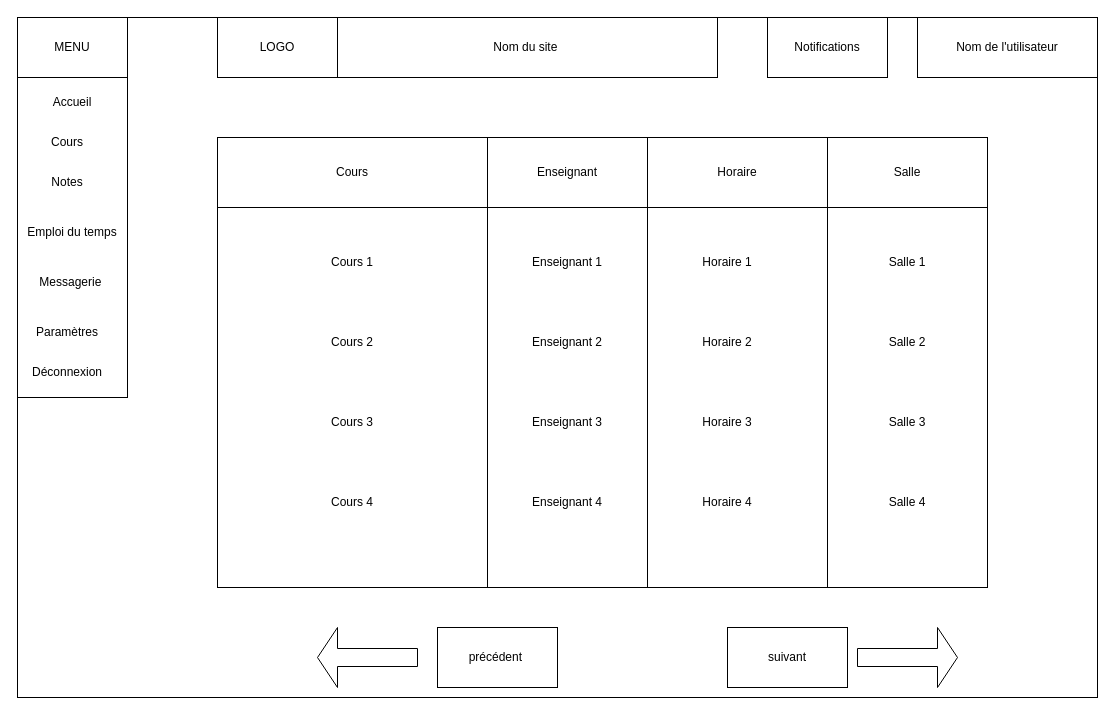
Earlier version of the draw.io diagram docs/Wireframes/emploi du temps.drawio (TanguyC92/SmartCampus_Ing2_Gr9_Equipe11). Source tidied: cells renumbered, new cells numbered last; positions are measured from the earlier drawing's top-left corner, leaving out a move shared by most shapes. Both pictures are drawn from the tidied source at 100%, with x=0, y=0 at pixel (17, 17).
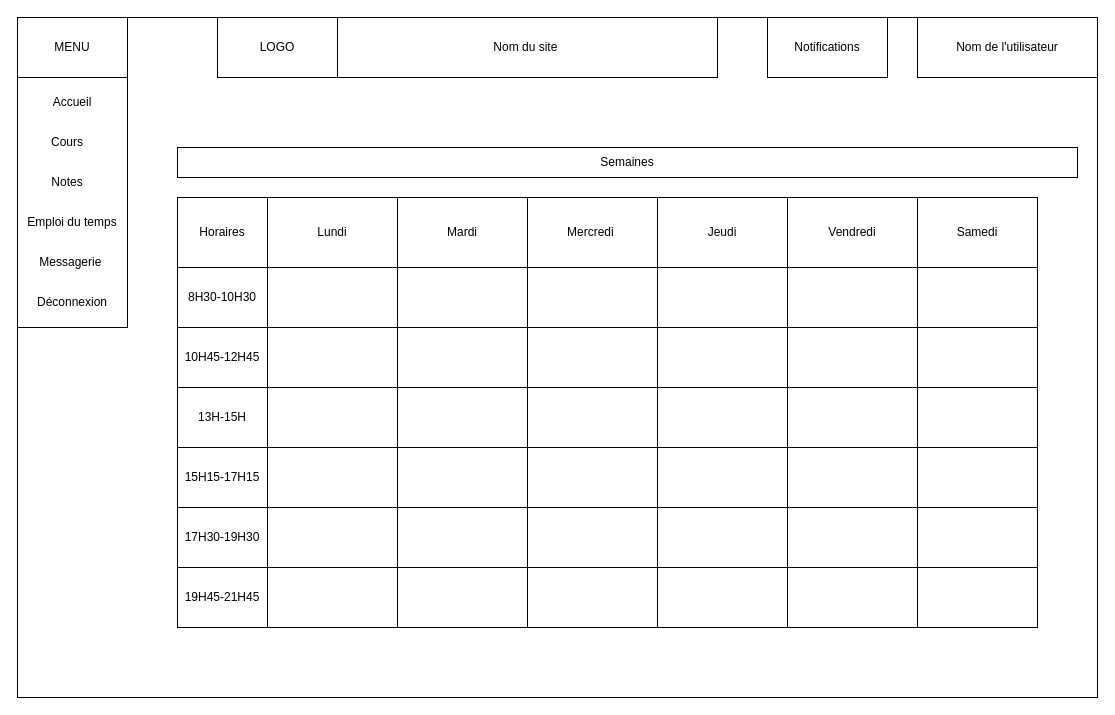
The same diagram, later.

Change to the diagram source:
```diff
@@
     <mxCell id="3" style="rounded=0;whiteSpace=wrap;html=1;" parent="1" vertex="1">
-      <mxGeometry width="110" height="380" as="geometry" />
+      <mxGeometry width="110" height="310" as="geometry" />
     </mxCell>
     <mxCell id="4" value="Messagerie&amp;nbsp;" style="text;html=1;whiteSpace=wrap;strokeColor=none;fillColor=none;align=center;verticalAlign=middle;rounded=0;" parent="1" vertex="1">
-      <mxGeometry x="25" y="250" width="60" height="30" as="geometry" />
+      <mxGeometry x="25" y="230" width="60" height="30" as="geometry" />
     </mxCell>
@@
     <mxCell id="9" value="Emploi du temps" style="text;html=1;whiteSpace=wrap;strokeColor=none;fillColor=none;align=center;verticalAlign=middle;rounded=0;" parent="1" vertex="1">
-      <mxGeometry x="5" y="200" width="100" height="30" as="geometry" />
+      <mxGeometry x="5" y="190" width="100" height="30" as="geometry" />
     </mxCell>
-    <mxCell id="10" value="Paramètres" style="text;html=1;whiteSpace=wrap;strokeColor=none;fillColor=none;align=center;verticalAlign=middle;rounded=0;" parent="1" vertex="1">
-      <mxGeometry x="20" y="300" width="60" height="30" as="geometry" />
-    </mxCell>
     <mxCell id="11" value="Déconnexion" style="text;html=1;whiteSpace=wrap;strokeColor=none;fillColor=none;align=center;verticalAlign=middle;rounded=0;" parent="1" vertex="1">
-      <mxGeometry x="20" y="340" width="60" height="30" as="geometry" />
+      <mxGeometry x="25" y="270" width="60" height="30" as="geometry" />
     </mxCell>
@@
-    <mxCell id="16" style="rounded=0;whiteSpace=wrap;html=1;" parent="1" vertex="1">
-      <mxGeometry x="200" y="120" width="270" height="450" as="geometry" />
-    </mxCell>
-    <mxCell id="17" style="rounded=0;whiteSpace=wrap;html=1;" parent="1" vertex="1">
-      <mxGeometry x="470" y="120" width="160" height="450" as="geometry" />
-    </mxCell>
-    <mxCell id="18" style="rounded=0;whiteSpace=wrap;html=1;" parent="1" vertex="1">
-      <mxGeometry x="630" y="120" width="180" height="450" as="geometry" />
-    </mxCell>
-    <mxCell id="19" style="rounded=0;whiteSpace=wrap;html=1;" parent="1" vertex="1">
-      <mxGeometry x="810" y="120" width="160" height="450" as="geometry" />
-    </mxCell>
-    <mxCell id="20" value="Cours" style="rounded=0;whiteSpace=wrap;html=1;" parent="1" vertex="1">
-      <mxGeometry x="200" y="120" width="270" height="70" as="geometry" />
+    <mxCell id="20" value="Mardi" style="rounded=0;whiteSpace=wrap;html=1;" parent="1" vertex="1">
+      <mxGeometry x="380" y="180" width="130" height="70" as="geometry" />
     </mxCell>
-    <mxCell id="21" value="Cours 1" style="text;html=1;whiteSpace=wrap;strokeColor=none;fillColor=none;align=center;verticalAlign=middle;rounded=0;" parent="1" vertex="1">
-      <mxGeometry x="305" y="230" width="60" height="30" as="geometry" />
-    </mxCell>
-    <mxCell id="22" value="Cours 2" style="text;html=1;whiteSpace=wrap;strokeColor=none;fillColor=none;align=center;verticalAlign=middle;rounded=0;" parent="1" vertex="1">
-      <mxGeometry x="305" y="310" width="60" height="30" as="geometry" />
-    </mxCell>
-    <mxCell id="23" value="Cours 3" style="text;html=1;whiteSpace=wrap;strokeColor=none;fillColor=none;align=center;verticalAlign=middle;rounded=0;" parent="1" vertex="1">
-      <mxGeometry x="305" y="390" width="60" height="30" as="geometry" />
-    </mxCell>
-    <mxCell id="24" value="Cours 4" style="text;html=1;whiteSpace=wrap;strokeColor=none;fillColor=none;align=center;verticalAlign=middle;rounded=0;" parent="1" vertex="1">
-      <mxGeometry x="305" y="470" width="60" height="30" as="geometry" />
-    </mxCell>
-    <mxCell id="25" value="Enseignant" style="rounded=0;whiteSpace=wrap;html=1;" parent="1" vertex="1">
-      <mxGeometry x="470" y="120" width="160" height="70" as="geometry" />
+    <mxCell id="25" value="Mercredi&amp;nbsp;" style="rounded=0;whiteSpace=wrap;html=1;" parent="1" vertex="1">
+      <mxGeometry x="510" y="180" width="130" height="70" as="geometry" />
     </mxCell>
-    <mxCell id="26" value="Horaire" style="rounded=0;whiteSpace=wrap;html=1;" parent="1" vertex="1">
-      <mxGeometry x="630" y="120" width="180" height="70" as="geometry" />
+    <mxCell id="26" value="Jeudi" style="rounded=0;whiteSpace=wrap;html=1;" parent="1" vertex="1">
+      <mxGeometry x="640" y="180" width="130" height="70" as="geometry" />
     </mxCell>
-    <mxCell id="27" value="Salle" style="rounded=0;whiteSpace=wrap;html=1;" parent="1" vertex="1">
-      <mxGeometry x="810" y="120" width="160" height="70" as="geometry" />
+    <mxCell id="27" value="Vendredi" style="rounded=0;whiteSpace=wrap;html=1;" parent="1" vertex="1">
+      <mxGeometry x="770" y="180" width="130" height="70" as="geometry" />
     </mxCell>
-    <mxCell id="28" value="Enseignant 1" style="text;html=1;whiteSpace=wrap;strokeColor=none;fillColor=none;align=center;verticalAlign=middle;rounded=0;" parent="1" vertex="1">
-      <mxGeometry x="510" y="230" width="80" height="30" as="geometry" />
-    </mxCell>
-    <mxCell id="29" value="Enseignant 2" style="text;html=1;whiteSpace=wrap;strokeColor=none;fillColor=none;align=center;verticalAlign=middle;rounded=0;" parent="1" vertex="1">
-      <mxGeometry x="510" y="310" width="80" height="30" as="geometry" />
-    </mxCell>
-    <mxCell id="30" value="Enseignant 3" style="text;html=1;whiteSpace=wrap;strokeColor=none;fillColor=none;align=center;verticalAlign=middle;rounded=0;" parent="1" vertex="1">
-      <mxGeometry x="510" y="390" width="80" height="30" as="geometry" />
-    </mxCell>
-    <mxCell id="31" value="Enseignant 4" style="text;html=1;whiteSpace=wrap;strokeColor=none;fillColor=none;align=center;verticalAlign=middle;rounded=0;" parent="1" vertex="1">
-      <mxGeometry x="510" y="470" width="80" height="30" as="geometry" />
-    </mxCell>
-    <mxCell id="32" value="Horaire 1" style="text;html=1;whiteSpace=wrap;strokeColor=none;fillColor=none;align=center;verticalAlign=middle;rounded=0;" parent="1" vertex="1">
-      <mxGeometry x="680" y="230" width="60" height="30" as="geometry" />
-    </mxCell>
-    <mxCell id="33" value="Horaire 2" style="text;html=1;whiteSpace=wrap;strokeColor=none;fillColor=none;align=center;verticalAlign=middle;rounded=0;" parent="1" vertex="1">
-      <mxGeometry x="680" y="310" width="60" height="30" as="geometry" />
-    </mxCell>
-    <mxCell id="34" value="Horaire 3" style="text;html=1;whiteSpace=wrap;strokeColor=none;fillColor=none;align=center;verticalAlign=middle;rounded=0;" parent="1" vertex="1">
-      <mxGeometry x="680" y="390" width="60" height="30" as="geometry" />
-    </mxCell>
-    <mxCell id="35" value="Horaire 4" style="text;html=1;whiteSpace=wrap;strokeColor=none;fillColor=none;align=center;verticalAlign=middle;rounded=0;" parent="1" vertex="1">
-      <mxGeometry x="680" y="470" width="60" height="30" as="geometry" />
-    </mxCell>
-    <mxCell id="36" value="Salle 1" style="text;html=1;whiteSpace=wrap;strokeColor=none;fillColor=none;align=center;verticalAlign=middle;rounded=0;" parent="1" vertex="1">
-      <mxGeometry x="860" y="230" width="60" height="30" as="geometry" />
-    </mxCell>
-    <mxCell id="37" value="Salle 2" style="text;html=1;whiteSpace=wrap;strokeColor=none;fillColor=none;align=center;verticalAlign=middle;rounded=0;" parent="1" vertex="1">
-      <mxGeometry x="860" y="310" width="60" height="30" as="geometry" />
-    </mxCell>
-    <mxCell id="38" value="Salle 3" style="text;html=1;whiteSpace=wrap;strokeColor=none;fillColor=none;align=center;verticalAlign=middle;rounded=0;" parent="1" vertex="1">
-      <mxGeometry x="860" y="390" width="60" height="30" as="geometry" />
-    </mxCell>
-    <mxCell id="39" value="Salle 4" style="text;html=1;whiteSpace=wrap;strokeColor=none;fillColor=none;align=center;verticalAlign=middle;rounded=0;" parent="1" vertex="1">
-      <mxGeometry x="860" y="470" width="60" height="30" as="geometry" />
-    </mxCell>
-    <mxCell id="40" style="shape=singleArrow;whiteSpace=wrap;html=1;" parent="1" vertex="1">
-      <mxGeometry x="840" y="610" width="100" height="60" as="geometry" />
-    </mxCell>
-    <mxCell id="41" style="shape=singleArrow;direction=west;whiteSpace=wrap;html=1;" parent="1" vertex="1">
-      <mxGeometry x="300" y="610" width="100" height="60" as="geometry" />
-    </mxCell>
-    <mxCell id="42" value="suivant" style="rounded=0;whiteSpace=wrap;html=1;" parent="1" vertex="1">
-      <mxGeometry x="710" y="610" width="120" height="60" as="geometry" />
-    </mxCell>
-    <mxCell id="43" value="précédent&amp;nbsp;" style="rounded=0;whiteSpace=wrap;html=1;" parent="1" vertex="1">
-      <mxGeometry x="420" y="610" width="120" height="60" as="geometry" />
-    </mxCell>
+    <mxCell id="44" style="rounded=0;whiteSpace=wrap;html=1;" parent="1" vertex="1">
+      <mxGeometry x="250" y="180" width="130" height="430" as="geometry" />
+    </mxCell>
+    <mxCell id="45" value="Lundi" style="rounded=0;whiteSpace=wrap;html=1;" parent="1" vertex="1">
+      <mxGeometry x="250" y="180" width="130" height="70" as="geometry" />
+    </mxCell>
+    <mxCell id="46" value="Samedi" style="rounded=0;whiteSpace=wrap;html=1;" parent="1" vertex="1">
+      <mxGeometry x="900" y="180" width="120" height="70" as="geometry" />
+    </mxCell>
+    <mxCell id="47" value="Semaines" style="rounded=0;whiteSpace=wrap;html=1;" parent="1" vertex="1">
+      <mxGeometry x="160" y="130" width="900" height="30" as="geometry" />
+    </mxCell>
+    <mxCell id="48" value="Horaires" style="rounded=0;whiteSpace=wrap;html=1;" parent="1" vertex="1">
+      <mxGeometry x="160" y="180" width="90" height="70" as="geometry" />
+    </mxCell>
+    <mxCell id="49" style="rounded=0;whiteSpace=wrap;html=1;" parent="1" vertex="1">
+      <mxGeometry x="380" y="250" width="130" height="360" as="geometry" />
+    </mxCell>
+    <mxCell id="50" style="rounded=0;whiteSpace=wrap;html=1;" parent="1" vertex="1">
+      <mxGeometry x="510" y="250" width="130" height="360" as="geometry" />
+    </mxCell>
+    <mxCell id="51" style="rounded=0;whiteSpace=wrap;html=1;" parent="1" vertex="1">
+      <mxGeometry x="640" y="250" width="130" height="360" as="geometry" />
+    </mxCell>
+    <mxCell id="52" style="rounded=0;whiteSpace=wrap;html=1;" parent="1" vertex="1">
+      <mxGeometry x="770" y="250" width="130" height="360" as="geometry" />
+    </mxCell>
+    <mxCell id="53" style="rounded=0;whiteSpace=wrap;html=1;" parent="1" vertex="1">
+      <mxGeometry x="900" y="250" width="120" height="360" as="geometry" />
+    </mxCell>
+    <mxCell id="54" value="8H30-10H30" style="rounded=0;whiteSpace=wrap;html=1;" parent="1" vertex="1">
+      <mxGeometry x="160" y="250" width="90" height="60" as="geometry" />
+    </mxCell>
+    <mxCell id="55" value="10H45-12H45" style="rounded=0;whiteSpace=wrap;html=1;" parent="1" vertex="1">
+      <mxGeometry x="160" y="310" width="90" height="60" as="geometry" />
+    </mxCell>
+    <mxCell id="56" value="13H-15H" style="rounded=0;whiteSpace=wrap;html=1;" parent="1" vertex="1">
+      <mxGeometry x="160" y="370" width="90" height="60" as="geometry" />
+    </mxCell>
+    <mxCell id="57" value="15H15-17H15" style="rounded=0;whiteSpace=wrap;html=1;" parent="1" vertex="1">
+      <mxGeometry x="160" y="430" width="90" height="60" as="geometry" />
+    </mxCell>
+    <mxCell id="58" value="17H30-19H30" style="rounded=0;whiteSpace=wrap;html=1;" parent="1" vertex="1">
+      <mxGeometry x="160" y="490" width="90" height="60" as="geometry" />
+    </mxCell>
+    <mxCell id="59" value="19H45-21H45" style="rounded=0;whiteSpace=wrap;html=1;" parent="1" vertex="1">
+      <mxGeometry x="160" y="550" width="90" height="60" as="geometry" />
+    </mxCell>
+    <mxCell id="60" style="rounded=0;whiteSpace=wrap;html=1;" parent="1" vertex="1">
+      <mxGeometry x="250" y="250" width="130" height="60" as="geometry" />
+    </mxCell>
+    <mxCell id="61" style="rounded=0;whiteSpace=wrap;html=1;" parent="1" vertex="1">
+      <mxGeometry x="380" y="250" width="130" height="60" as="geometry" />
+    </mxCell>
+    <mxCell id="62" style="rounded=0;whiteSpace=wrap;html=1;" parent="1" vertex="1">
+      <mxGeometry x="510" y="250" width="130" height="60" as="geometry" />
+    </mxCell>
+    <mxCell id="63" style="rounded=0;whiteSpace=wrap;html=1;" parent="1" vertex="1">
+      <mxGeometry x="250" y="310" width="130" height="60" as="geometry" />
+    </mxCell>
+    <mxCell id="64" style="rounded=0;whiteSpace=wrap;html=1;" parent="1" vertex="1">
+      <mxGeometry x="250" y="370" width="130" height="60" as="geometry" />
+    </mxCell>
+    <mxCell id="65" style="rounded=0;whiteSpace=wrap;html=1;" parent="1" vertex="1">
+      <mxGeometry x="250" y="430" width="130" height="60" as="geometry" />
+    </mxCell>
+    <mxCell id="66" style="rounded=0;whiteSpace=wrap;html=1;" parent="1" vertex="1">
+      <mxGeometry x="250" y="490" width="130" height="60" as="geometry" />
+    </mxCell>
+    <mxCell id="67" style="rounded=0;whiteSpace=wrap;html=1;" parent="1" vertex="1">
+      <mxGeometry x="380" y="490" width="130" height="60" as="geometry" />
+    </mxCell>
+    <mxCell id="68" style="rounded=0;whiteSpace=wrap;html=1;" parent="1" vertex="1">
+      <mxGeometry x="250" y="550" width="130" height="60" as="geometry" />
+    </mxCell>
+    <mxCell id="69" style="rounded=0;whiteSpace=wrap;html=1;" parent="1" vertex="1">
+      <mxGeometry x="380" y="550" width="130" height="60" as="geometry" />
+    </mxCell>
+    <mxCell id="70" style="rounded=0;whiteSpace=wrap;html=1;" parent="1" vertex="1">
+      <mxGeometry x="380" y="430" width="130" height="60" as="geometry" />
+    </mxCell>
+    <mxCell id="71" style="rounded=0;whiteSpace=wrap;html=1;" parent="1" vertex="1">
+      <mxGeometry x="380" y="370" width="130" height="60" as="geometry" />
+    </mxCell>
+    <mxCell id="72" style="rounded=0;whiteSpace=wrap;html=1;" parent="1" vertex="1">
+      <mxGeometry x="380" y="310" width="130" height="60" as="geometry" />
+    </mxCell>
+    <mxCell id="73" style="rounded=0;whiteSpace=wrap;html=1;" parent="1" vertex="1">
+      <mxGeometry x="510" y="310" width="130" height="60" as="geometry" />
+    </mxCell>
+    <mxCell id="74" style="rounded=0;whiteSpace=wrap;html=1;" parent="1" vertex="1">
+      <mxGeometry x="510" y="370" width="130" height="60" as="geometry" />
+    </mxCell>
+    <mxCell id="75" style="rounded=0;whiteSpace=wrap;html=1;" parent="1" vertex="1">
+      <mxGeometry x="510" y="430" width="130" height="60" as="geometry" />
+    </mxCell>
+    <mxCell id="76" style="rounded=0;whiteSpace=wrap;html=1;" parent="1" vertex="1">
+      <mxGeometry x="510" y="490" width="130" height="60" as="geometry" />
+    </mxCell>
+    <mxCell id="77" style="rounded=0;whiteSpace=wrap;html=1;" parent="1" vertex="1">
+      <mxGeometry x="510" y="550" width="130" height="60" as="geometry" />
+    </mxCell>
+    <mxCell id="78" style="rounded=0;whiteSpace=wrap;html=1;" parent="1" vertex="1">
+      <mxGeometry x="640" y="250" width="130" height="60" as="geometry" />
+    </mxCell>
+    <mxCell id="79" style="rounded=0;whiteSpace=wrap;html=1;" parent="1" vertex="1">
+      <mxGeometry x="640" y="310" width="130" height="60" as="geometry" />
+    </mxCell>
+    <mxCell id="80" style="rounded=0;whiteSpace=wrap;html=1;" parent="1" vertex="1">
+      <mxGeometry x="640" y="370" width="130" height="60" as="geometry" />
+    </mxCell>
+    <mxCell id="81" style="rounded=0;whiteSpace=wrap;html=1;" parent="1" vertex="1">
+      <mxGeometry x="640" y="430" width="130" height="60" as="geometry" />
+    </mxCell>
+    <mxCell id="82" style="rounded=0;whiteSpace=wrap;html=1;" parent="1" vertex="1">
+      <mxGeometry x="640" y="490" width="130" height="60" as="geometry" />
+    </mxCell>
+    <mxCell id="83" style="rounded=0;whiteSpace=wrap;html=1;" parent="1" vertex="1">
+      <mxGeometry x="640" y="550" width="130" height="60" as="geometry" />
+    </mxCell>
+    <mxCell id="84" style="rounded=0;whiteSpace=wrap;html=1;" parent="1" vertex="1">
+      <mxGeometry x="770" y="250" width="130" height="60" as="geometry" />
+    </mxCell>
+    <mxCell id="85" style="rounded=0;whiteSpace=wrap;html=1;" parent="1" vertex="1">
+      <mxGeometry x="770" y="310" width="130" height="60" as="geometry" />
+    </mxCell>
+    <mxCell id="86" style="rounded=0;whiteSpace=wrap;html=1;" parent="1" vertex="1">
+      <mxGeometry x="770" y="370" width="130" height="60" as="geometry" />
+    </mxCell>
+    <mxCell id="87" style="rounded=0;whiteSpace=wrap;html=1;" parent="1" vertex="1">
+      <mxGeometry x="770" y="430" width="130" height="60" as="geometry" />
+    </mxCell>
+    <mxCell id="88" style="rounded=0;whiteSpace=wrap;html=1;" parent="1" vertex="1">
+      <mxGeometry x="770" y="490" width="130" height="60" as="geometry" />
+    </mxCell>
+    <mxCell id="89" style="rounded=0;whiteSpace=wrap;html=1;" parent="1" vertex="1">
+      <mxGeometry x="770" y="550" width="130" height="60" as="geometry" />
+    </mxCell>
+    <mxCell id="90" style="rounded=0;whiteSpace=wrap;html=1;" parent="1" vertex="1">
+      <mxGeometry x="900" y="250" width="120" height="60" as="geometry" />
+    </mxCell>
+    <mxCell id="91" style="rounded=0;whiteSpace=wrap;html=1;" parent="1" vertex="1">
+      <mxGeometry x="900" y="310" width="120" height="60" as="geometry" />
+    </mxCell>
+    <mxCell id="92" style="rounded=0;whiteSpace=wrap;html=1;" parent="1" vertex="1">
+      <mxGeometry x="900" y="370" width="120" height="60" as="geometry" />
+    </mxCell>
+    <mxCell id="93" style="rounded=0;whiteSpace=wrap;html=1;" parent="1" vertex="1">
+      <mxGeometry x="900" y="430" width="120" height="60" as="geometry" />
+    </mxCell>
+    <mxCell id="94" style="rounded=0;whiteSpace=wrap;html=1;" parent="1" vertex="1">
+      <mxGeometry x="900" y="490" width="120" height="60" as="geometry" />
+    </mxCell>
+    <mxCell id="95" style="rounded=0;whiteSpace=wrap;html=1;" parent="1" vertex="1">
+      <mxGeometry x="900" y="550" width="120" height="60" as="geometry" />
+    </mxCell>
```
